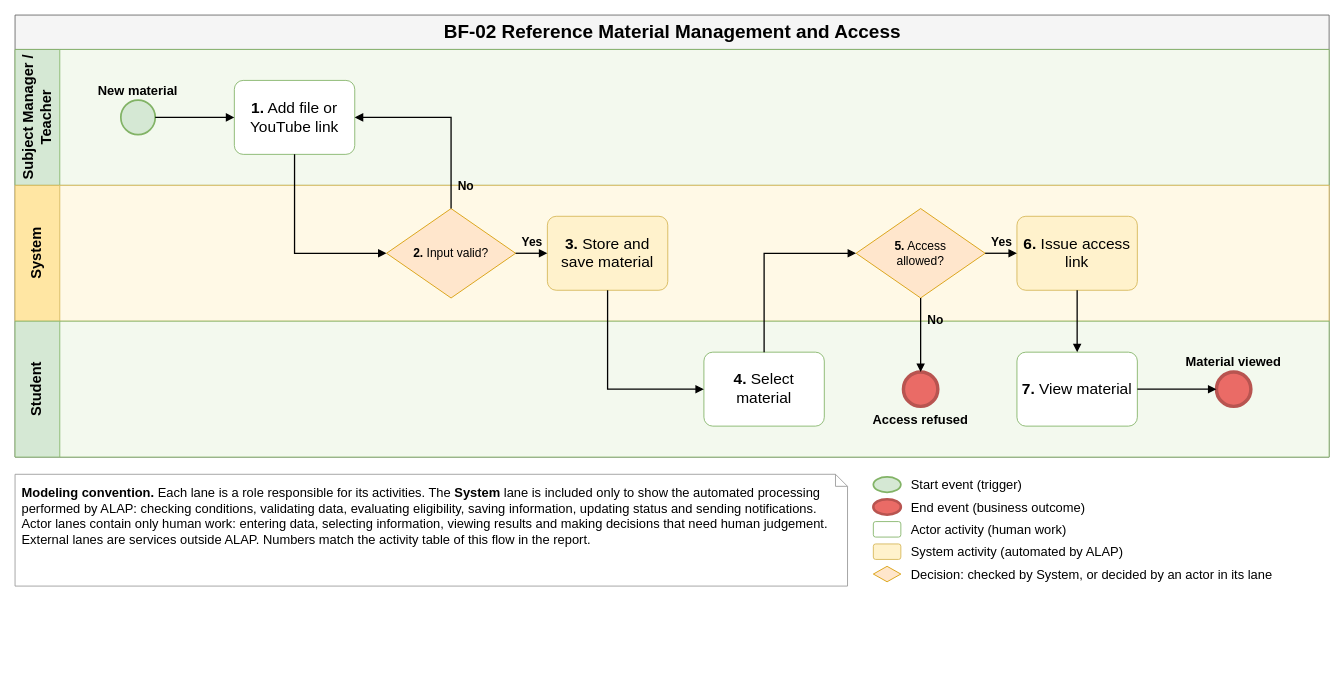
Above: aidlc-docs/inception/main-business-flows/BF-02-Reference-Material-Management-and-Access.drawio in hygef-v4/AI-Powered-Learning-Platform (draw.io), before the change. Source tidied: cells renumbered, new cells numbered last; positions are measured from the earlier drawing's top-left corner, leaving out a move shared by most shapes. Both pictures are drawn from the tidied source at 86%, with x=0, y=0 at pixel (15, 15).
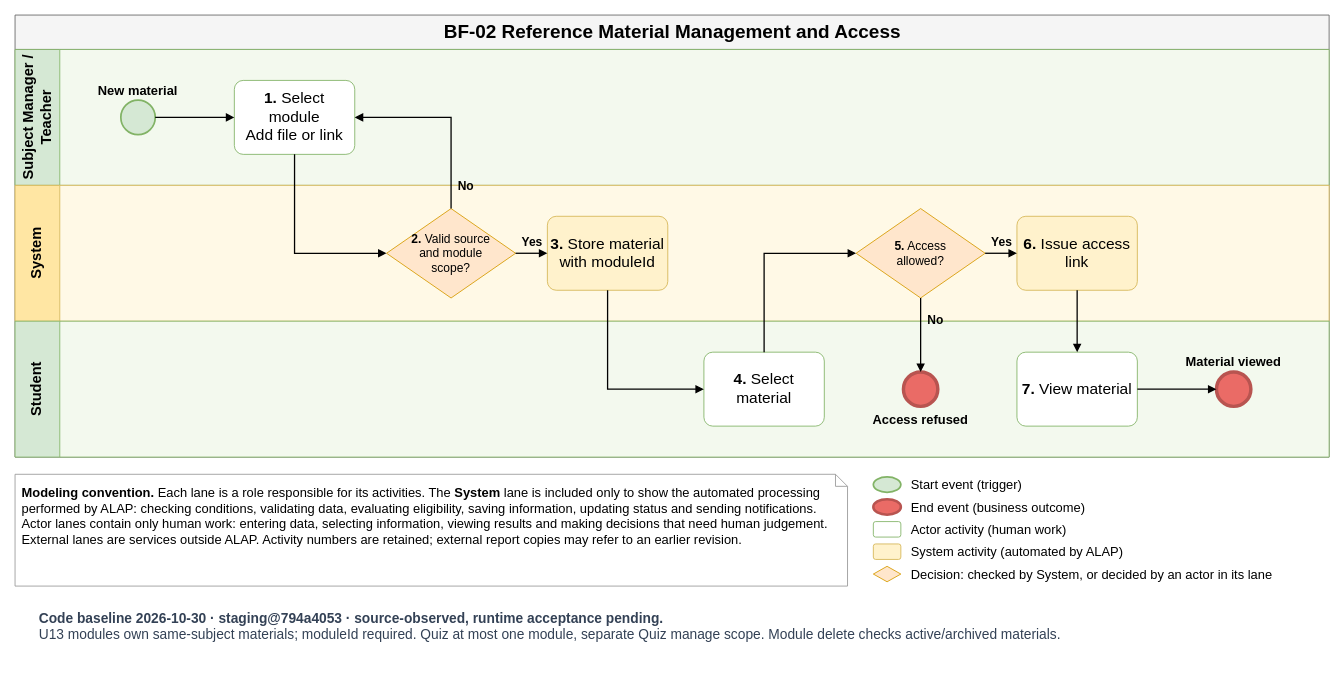
The same page after the edit.

Unchanged cells that the change refers to:
```xml
<mxCell id="3" value="Subject Manager / Teacher" style="swimlane;startSize=52;horizontal=0;html=1;whiteSpace=wrap;fillColor=#D5E8D4;swimlaneFillColor=#F3F9EE;strokeColor=#82B366;fontSize=17;fontStyle=1;align=center;verticalAlign=middle;spacing=4;" parent="2" vertex="1">
  <mxGeometry y="40" width="1528" height="158" as="geometry" />
</mxCell>
<mxCell id="4" value="System" style="swimlane;startSize=52;horizontal=0;html=1;whiteSpace=wrap;fillColor=#FFE6A3;swimlaneFillColor=#FFF9E6;strokeColor=#D6B656;fontSize=17;fontStyle=1;align=center;verticalAlign=middle;spacing=4;" parent="2" vertex="1">
  <mxGeometry y="198" width="1528" height="158" as="geometry" />
</mxCell>
```

The edit, as a diff of the source:
```diff
@@
-    <mxCell id="7" value="&lt;b&gt;1.&lt;/b&gt; Add file or YouTube link" style="rounded=1;whiteSpace=wrap;html=1;fillColor=#FFFFFF;strokeColor=#82B366;fontSize=18;spacing=4;arcSize=12;" parent="3" vertex="1">
+    <mxCell id="7" value="&lt;b&gt;1.&lt;/b&gt; Select module&lt;br&gt;Add file or link" style="rounded=1;whiteSpace=wrap;html=1;fillColor=#FFFFFF;strokeColor=#82B366;fontSize=18;spacing=4;arcSize=12;" parent="3" vertex="1">
       <mxGeometry x="255" y="36" width="140" height="86" as="geometry" />
     </mxCell>
-    <mxCell id="8" value="&lt;b&gt;2.&lt;/b&gt; Input valid?" style="rhombus;whiteSpace=wrap;html=1;fillColor=#FFE6CC;strokeColor=#D79B00;fontSize=14;spacing=0;spacingLeft=26;spacingRight=26;" parent="4" vertex="1">
+    <mxCell id="8" value="&lt;b&gt;2.&lt;/b&gt; Valid source&lt;br&gt;and module scope?" style="rhombus;whiteSpace=wrap;html=1;fillColor=#FFE6CC;strokeColor=#D79B00;fontSize=14;spacing=0;spacingLeft=26;spacingRight=26;" parent="4" vertex="1">
       <mxGeometry x="432" y="27" width="150" height="104" as="geometry" />
     </mxCell>
-    <mxCell id="9" value="&lt;b&gt;3.&lt;/b&gt; Store and save material" style="rounded=1;whiteSpace=wrap;html=1;fillColor=#FFF2CC;strokeColor=#D6B656;fontSize=18;spacing=4;arcSize=12;" parent="4" vertex="1">
+    <mxCell id="9" value="&lt;b&gt;3.&lt;/b&gt; Store material&lt;br&gt;with moduleId" style="rounded=1;whiteSpace=wrap;html=1;fillColor=#FFF2CC;strokeColor=#D6B656;fontSize=18;spacing=4;arcSize=12;" parent="4" vertex="1">
       <mxGeometry x="619" y="36" width="140" height="86" as="geometry" />
     </mxCell>
@@
-    <mxCell id="26" value="&lt;b&gt;Modeling convention.&lt;/b&gt; Each lane is a role responsible for its activities. The &lt;b&gt;System&lt;/b&gt; lane is included only to show the automated processing performed by ALAP: checking conditions, validating data, evaluating eligibility, saving information, updating status and sending notifications. Actor lanes contain only human work: entering data, selecting information, viewing results and making decisions that need human judgement. External lanes are services outside ALAP. Numbers match the activity table of this flow in the report." style="shape=note;whiteSpace=wrap;html=1;size=14;fillColor=#FFFFFF;strokeColor=#999999;fontSize=15;align=left;verticalAlign=top;spacing=8;" parent="1" vertex="1">
+    <mxCell id="26" value="&lt;b&gt;Modeling convention.&lt;/b&gt; Each lane is a role responsible for its activities. The &lt;b&gt;System&lt;/b&gt; lane is included only to show the automated processing performed by ALAP: checking conditions, validating data, evaluating eligibility, saving information, updating status and sending notifications. Actor lanes contain only human work: entering data, selecting information, viewing results and making decisions that need human judgement. External lanes are services outside ALAP. Activity numbers are retained; external report copies may refer to an earlier revision." style="shape=note;whiteSpace=wrap;html=1;size=14;fillColor=#FFFFFF;strokeColor=#999999;fontSize=15;align=left;verticalAlign=top;spacing=8;" parent="1" vertex="1">
       <mxGeometry y="534" width="968" height="130" as="geometry" />
     </mxCell>
@@
+    <mxCell id="37" value="&lt;b&gt;Code baseline 2026-10-30 · staging@794a4053 · source-observed, runtime acceptance pending.&lt;/b&gt;&lt;br&gt;U13 modules own same-subject materials; moduleId required. Quiz at most one module, separate Quiz manage scope. Module delete checks active/archived materials." style="text;html=1;whiteSpace=wrap;align=left;verticalAlign=top;fontSize=16;fontColor=#334155;spacing=8;" parent="1" vertex="1">
+      <mxGeometry x="20" y="679" width="1488" height="90" as="geometry" />
+    </mxCell>
```
